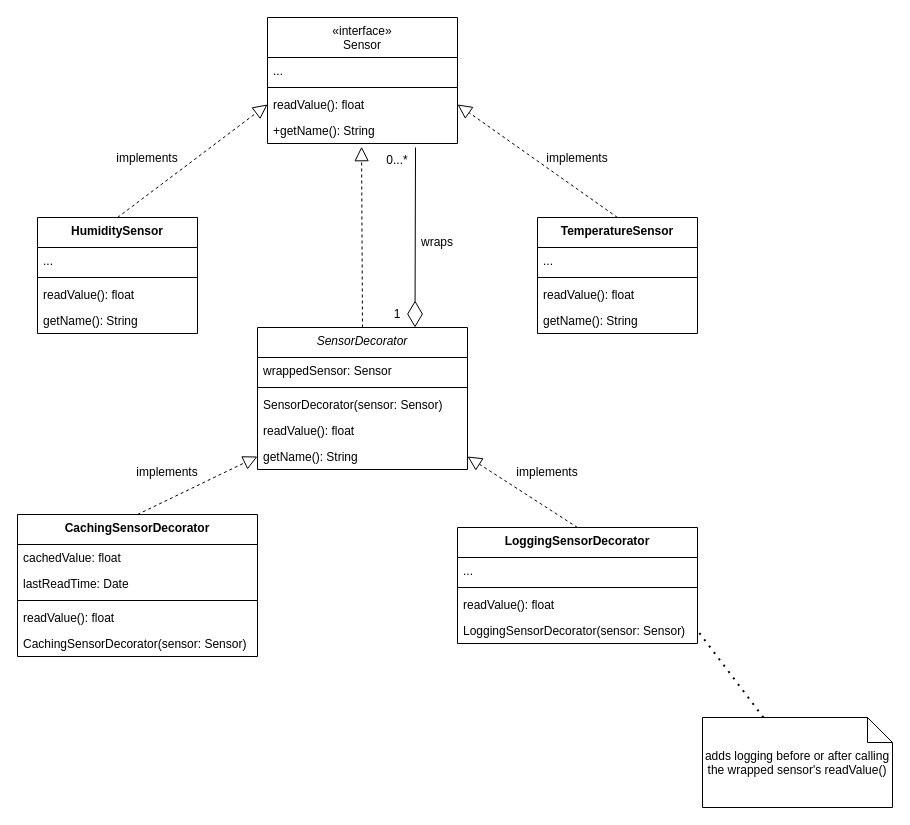
The draw.io diagram decorator.drawio in alfacentaur1/omo_objectModel, before the edit. Source tidied: cells renumbered, new cells numbered last; positions are measured from the earlier drawing's top-left corner, leaving out a move shared by most shapes. Both pictures are drawn from the tidied source at 100%, with x=0, y=0 at pixel (17, 17).
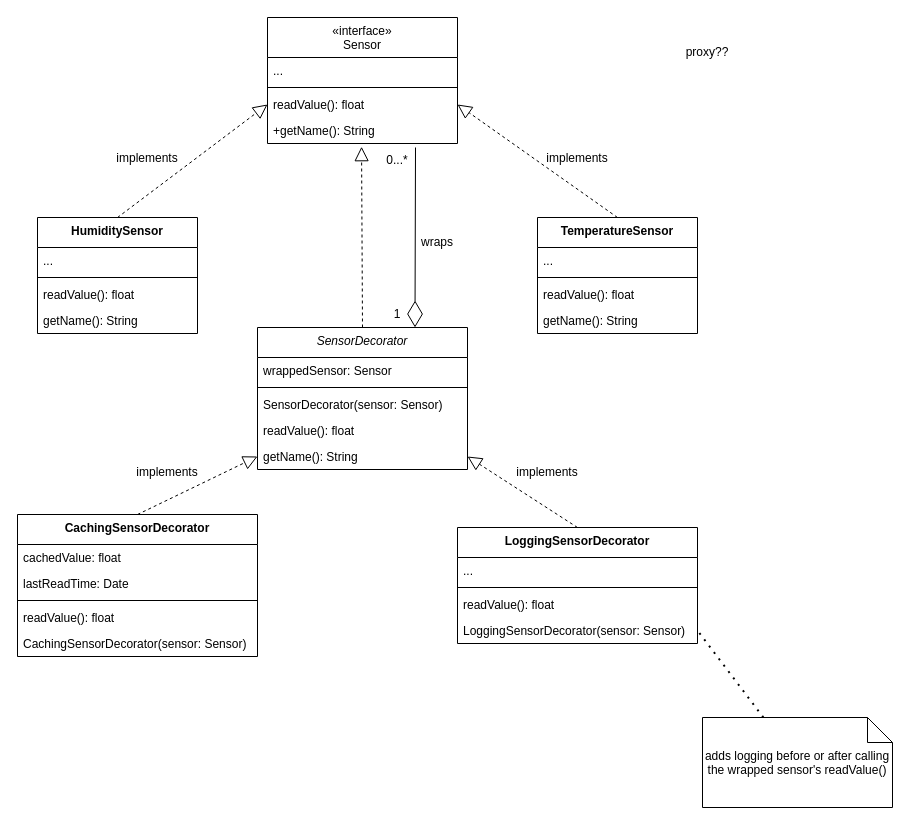
After the change.

Change to the diagram source:
```diff
@@
+    <mxCell id="49" value="proxy??" style="text;html=1;whiteSpace=wrap;strokeColor=none;fillColor=none;align=center;verticalAlign=middle;rounded=0;" parent="1" vertex="1">
+      <mxGeometry x="660" y="20" width="60" height="30" as="geometry" />
+    </mxCell>
```
